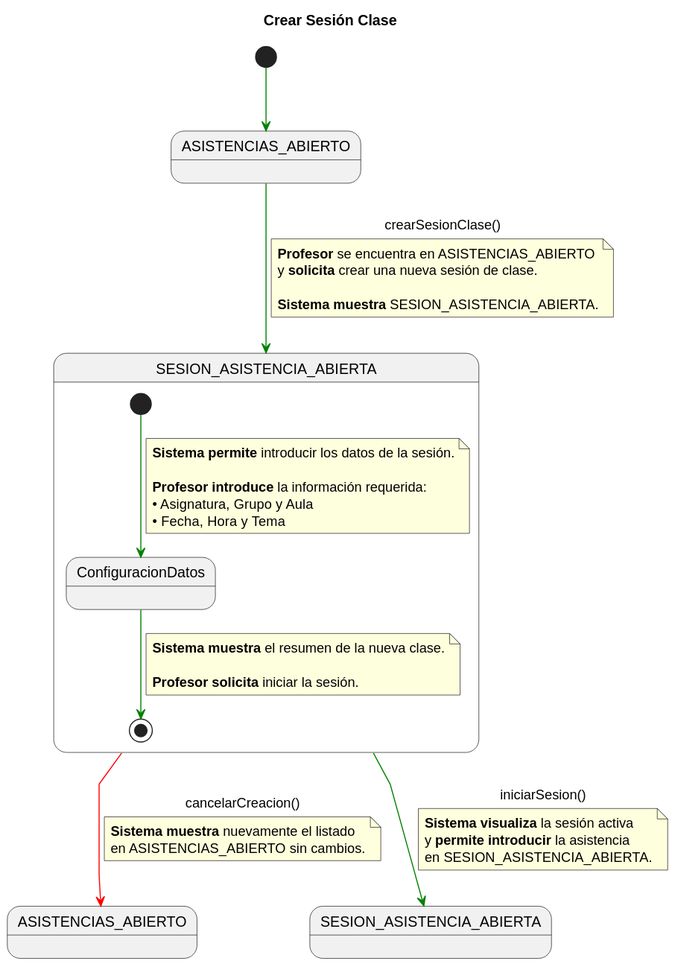
enmabry/25-26-IdSw1-SdR keeps this PlantUML diagram as documents/CasosDeUso/DetalladoCasosDeUso/Profesor/crearSesionClase.svg. Above is the earlier version.
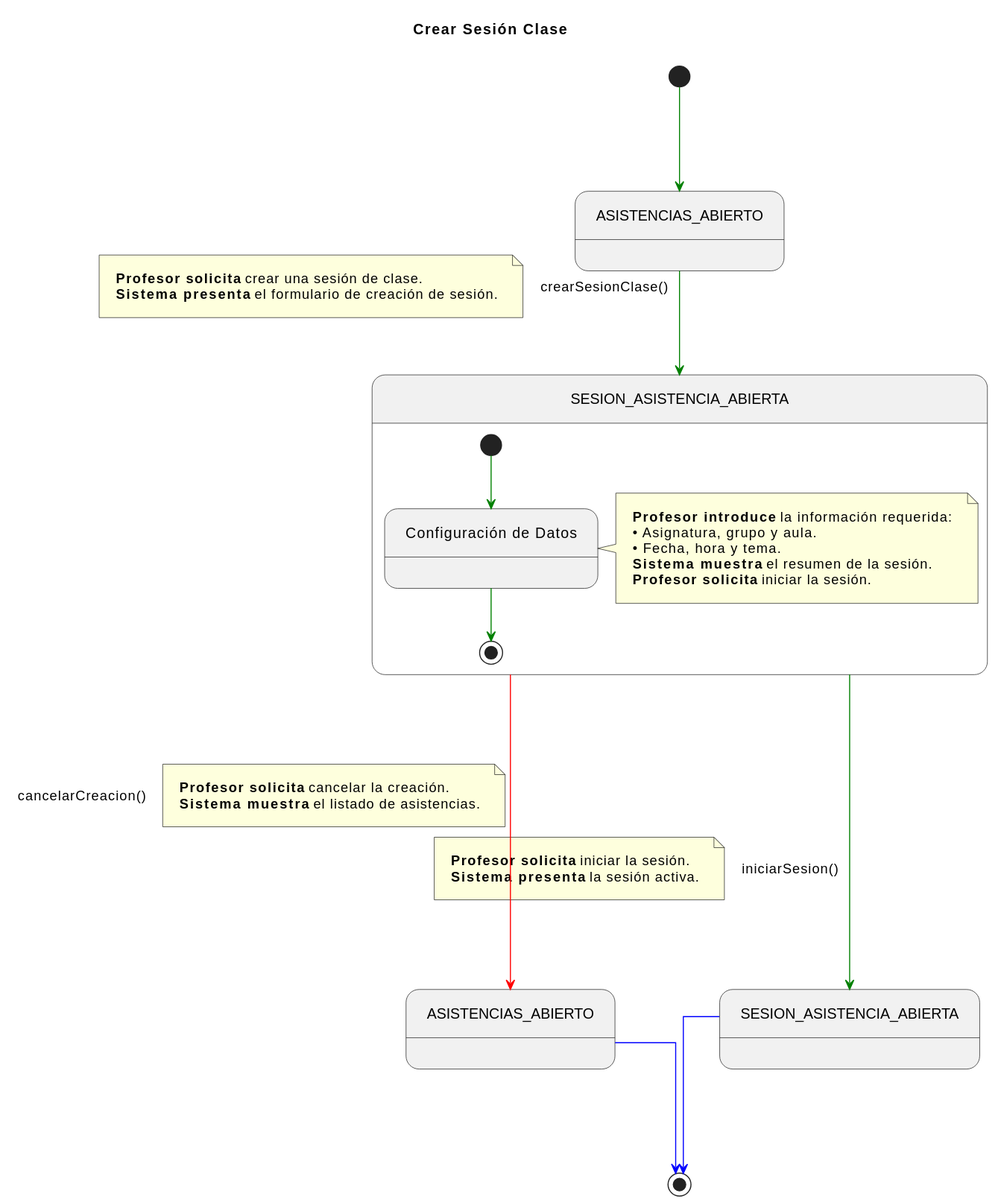
After the commit.

The edit, as a diff of the source:
```diff
@@ -1,53 +1,48 @@
 @startuml
 title Crear Sesión Clase
-skinparam linetype polyline
+skinparam nodesep 100
+skinparam ranksep 100
+skinparam linetype ortho
+skinparam Padding 10
 
 state ASISTENCIAS_ABIERTO_INICIAL as "ASISTENCIAS_ABIERTO"
-state ASISTENCIAS_ABIERTO_FINAL as "ASISTENCIAS_ABIERTO"
+state ASISTENCIAS_ABIERTO_FINAL   as "ASISTENCIAS_ABIERTO"
 state SESION_NUEVA_COMP           as "SESION_ASISTENCIA_ABIERTA"
 state SESION_ACTIVA_FINAL         as "SESION_ASISTENCIA_ABIERTA"
 
 [*] -[#green]-> ASISTENCIAS_ABIERTO_INICIAL
 
 ASISTENCIAS_ABIERTO_INICIAL -[#green]-> SESION_NUEVA_COMP : crearSesionClase()
-note on link
-<b>Profesor</b> se encuentra en ASISTENCIAS_ABIERTO
-y <b>solicita</b> crear una nueva sesión de clase.
-
-<b>Sistema muestra</b> SESION_ASISTENCIA_ABIERTA.
+note left on link
+    <b>Profesor solicita</b> crear una sesión de clase.
+    <b>Sistema presenta</b> el formulario de creación de sesión.
 end note
 
 state SESION_NUEVA_COMP {
-
-    state ConfiguracionDatos
-
+    state ConfiguracionDatos as "Configuración de Datos"
     [*] -[#green]-> ConfiguracionDatos
-    note on link
-    <b>Sistema permite</b> introducir los datos de la sesión.
-
-    <b>Profesor introduce</b> la información requerida:
-    • Asignatura, Grupo y Aula
-    • Fecha, Hora y Tema
+    note right of ConfiguracionDatos
+        <b>Profesor introduce</b> la información requerida:
+        • Asignatura, grupo y aula.
+        • Fecha, hora y tema.
+        <b>Sistema muestra</b> el resumen de la sesión.
+        <b>Profesor solicita</b> iniciar la sesión.
     end note
-
     ConfiguracionDatos -[#green]-> [*]
-    note on link
-    <b>Sistema muestra</b> el resumen de la nueva clase.
-
-    <b>Profesor solicita</b> iniciar la sesión.
-    end note
 }
 
-SESION_NUEVA_COMP -[#green]-> SESION_ACTIVA_FINAL : iniciarSesion()
-note on link
-<b>Sistema visualiza</b> la sesión activa
-y <b>permite introducir</b> la asistencia
-en SESION_ASISTENCIA_ABIERTA.
+SESION_NUEVA_COMP -[#green]---> SESION_ACTIVA_FINAL : iniciarSesion()
+note left on link
+    <b>Profesor solicita</b> iniciar la sesión.
+    <b>Sistema presenta</b> la sesión activa.
 end note
 
-SESION_NUEVA_COMP -[#red]-> ASISTENCIAS_ABIERTO_FINAL : cancelarCreacion()
-note on link
-<b>Sistema muestra</b> nuevamente el listado
-en ASISTENCIAS_ABIERTO sin cambios.
+SESION_NUEVA_COMP -[#red]---> ASISTENCIAS_ABIERTO_FINAL : cancelarCreacion()
+note right on link
+    <b>Profesor solicita</b> cancelar la creación.
+    <b>Sistema muestra</b> el listado de asistencias.
 end note
+
+SESION_ACTIVA_FINAL -[#blue]-> [*]
+ASISTENCIAS_ABIERTO_FINAL -[#blue]-> [*]
 @enduml
```
